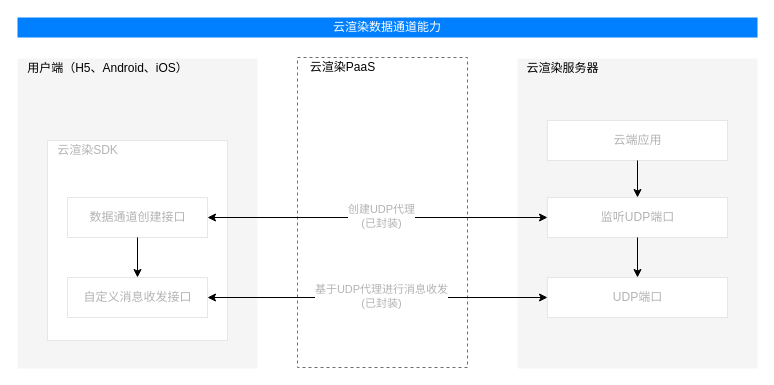
Before: 未命名绘图.drawio in 2015302580336/cloud_rendering, a draw.io diagram. Source tidied: cells renumbered, new cells numbered last; positions are measured from the earlier drawing's top-left corner, leaving out a move shared by most shapes. Both pictures are drawn from the tidied source at 100%, with x=0, y=0 at pixel (17, 17).
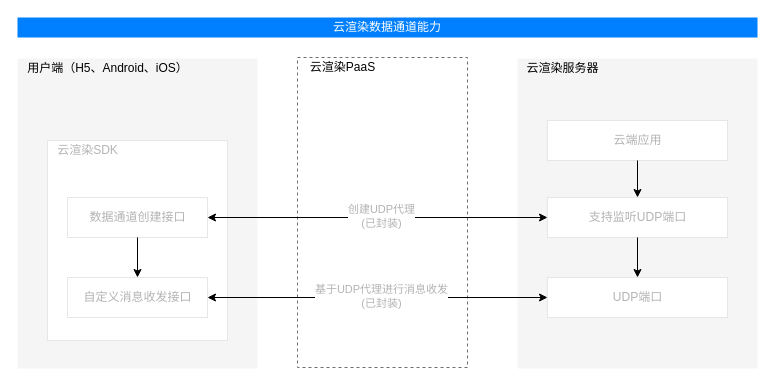
The same diagram, later.

Commit message:
更新未命名绘图.drawio

The change refers to these unchanged cells:
```xml
<mxCell id="15" style="group;" parent="1" vertex="1">
  <mxGeometry x="530" y="180" width="180" height="40" as="geometry" />
</mxCell>
```

Change to the diagram source:
```diff
@@
-    <mxCell id="17" value="监听UDP端口" style="text;html=1;align=center;verticalAlign=middle;fillColor=none;strokeColor=none;rounded=0;fontColor=#B3B3B3;labelBackgroundColor=none;" parent="15" vertex="1">
-      <mxGeometry x="45" y="10" width="90" height="20" as="geometry" />
+    <mxCell id="17" value="支持监听UDP端口" style="text;html=1;align=center;verticalAlign=middle;fillColor=none;strokeColor=none;rounded=0;fontColor=#B3B3B3;labelBackgroundColor=none;" parent="15" vertex="1">
+      <mxGeometry x="35" y="10" width="110" height="20" as="geometry" />
     </mxCell>
```
